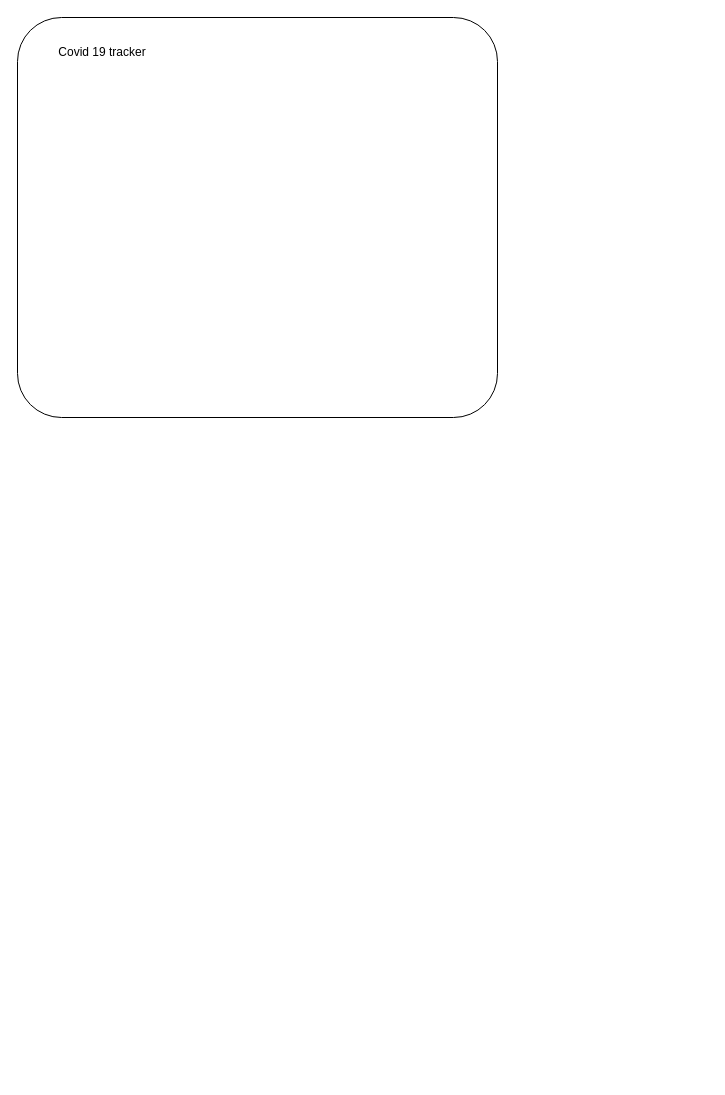
Before: Covid tracker.drawio in JethroNatividad/diagrams, a draw.io diagram. Source tidied: cells renumbered, new cells numbered last; positions are measured from the earlier drawing's top-left corner, leaving out a move shared by most shapes. Both pictures are drawn from the tidied source at 100%, with x=0, y=0 at pixel (17, 17).
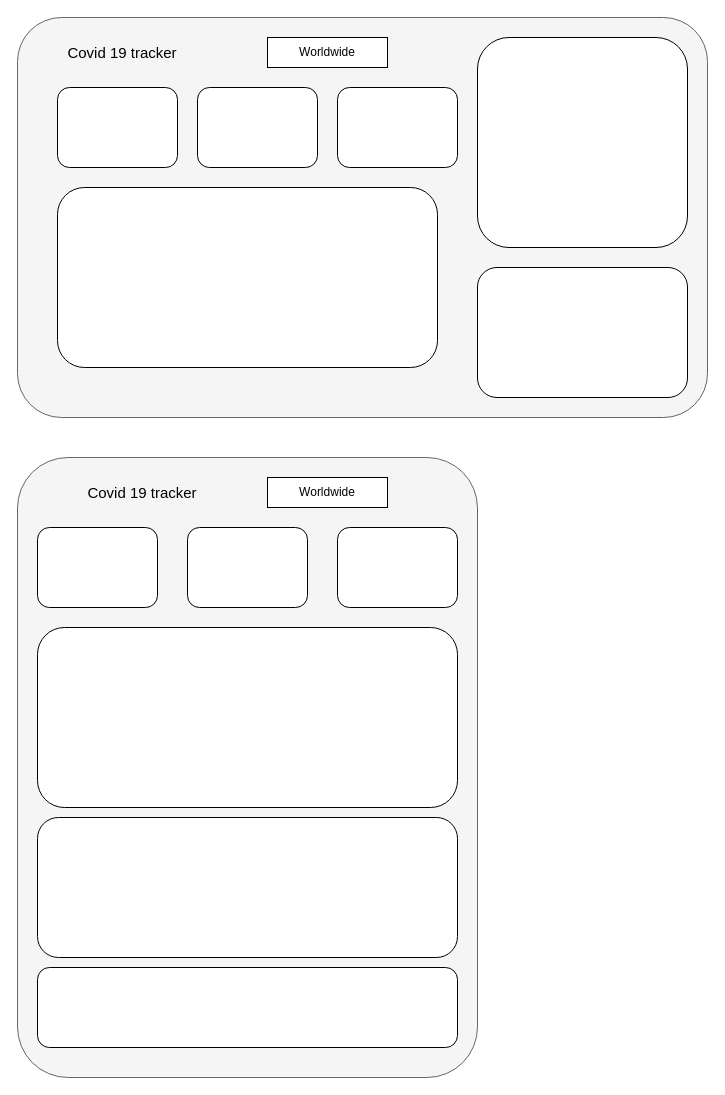
After the change.

The edit, as a diff of the source:
```diff
@@
-    <mxCell id="2" style="rounded=1;whiteSpace=wrap;html=1;arcSize=11;" parent="1" vertex="1">
-      <mxGeometry width="480" height="400" as="geometry" />
+    <mxCell id="2" style="rounded=1;whiteSpace=wrap;html=1;arcSize=11;fillColor=#f5f5f5;strokeColor=#666666;fontColor=#333333;" parent="1" vertex="1">
+      <mxGeometry width="690" height="400" as="geometry" />
     </mxCell>
-    <mxCell id="3" value="Covid 19 tracker" style="text;html=1;strokeColor=none;fillColor=none;align=center;verticalAlign=middle;whiteSpace=wrap;rounded=0;" parent="1" vertex="1">
-      <mxGeometry x="30" y="30" width="110" height="10" as="geometry" />
+    <mxCell id="3" value="&lt;font style=&quot;font-size: 15px&quot;&gt;Covid 19 tracker&lt;/font&gt;" style="text;html=1;strokeColor=none;fillColor=none;align=center;verticalAlign=middle;whiteSpace=wrap;rounded=0;" parent="1" vertex="1">
+      <mxGeometry x="30" y="30" width="150" height="10" as="geometry" />
     </mxCell>
+    <mxCell id="4" style="rounded=0;whiteSpace=wrap;html=1;" parent="1" vertex="1">
+      <mxGeometry x="250" y="20" width="120" height="30" as="geometry" />
+    </mxCell>
+    <mxCell id="5" value="Worldwide" style="text;html=1;strokeColor=none;fillColor=none;align=center;verticalAlign=middle;whiteSpace=wrap;rounded=0;" parent="1" vertex="1">
+      <mxGeometry x="290" y="25" width="40" height="20" as="geometry" />
+    </mxCell>
+    <mxCell id="6" style="rounded=1;whiteSpace=wrap;html=1;" parent="1" vertex="1">
+      <mxGeometry x="40" y="70" width="120" height="80" as="geometry" />
+    </mxCell>
+    <mxCell id="7" style="rounded=1;whiteSpace=wrap;html=1;" parent="1" vertex="1">
+      <mxGeometry x="180" y="70" width="120" height="80" as="geometry" />
+    </mxCell>
+    <mxCell id="8" style="rounded=1;whiteSpace=wrap;html=1;" parent="1" vertex="1">
+      <mxGeometry x="320" y="70" width="120" height="80" as="geometry" />
+    </mxCell>
+    <mxCell id="9" style="rounded=1;whiteSpace=wrap;html=1;" parent="1" vertex="1">
+      <mxGeometry x="460" y="20" width="210" height="210" as="geometry" />
+    </mxCell>
+    <mxCell id="10" style="rounded=1;whiteSpace=wrap;html=1;" parent="1" vertex="1">
+      <mxGeometry x="460" y="250" width="210" height="130" as="geometry" />
+    </mxCell>
+    <mxCell id="11" style="rounded=1;whiteSpace=wrap;html=1;" parent="1" vertex="1">
+      <mxGeometry x="40" y="170" width="380" height="180" as="geometry" />
+    </mxCell>
+    <mxCell id="12" style="rounded=1;whiteSpace=wrap;html=1;arcSize=11;fillColor=#f5f5f5;strokeColor=#666666;fontColor=#333333;" parent="1" vertex="1">
+      <mxGeometry y="440" width="460" height="620" as="geometry" />
+    </mxCell>
+    <mxCell id="13" value="&lt;font style=&quot;font-size: 15px&quot;&gt;Covid 19 tracker&lt;/font&gt;" style="text;html=1;strokeColor=none;fillColor=none;align=center;verticalAlign=middle;whiteSpace=wrap;rounded=0;" parent="1" vertex="1">
+      <mxGeometry x="50" y="470" width="150" height="10" as="geometry" />
+    </mxCell>
+    <mxCell id="14" style="rounded=0;whiteSpace=wrap;html=1;" parent="1" vertex="1">
+      <mxGeometry x="250" y="460" width="120" height="30" as="geometry" />
+    </mxCell>
+    <mxCell id="15" value="Worldwide" style="text;html=1;strokeColor=none;fillColor=none;align=center;verticalAlign=middle;whiteSpace=wrap;rounded=0;" parent="1" vertex="1">
+      <mxGeometry x="290" y="465" width="40" height="20" as="geometry" />
+    </mxCell>
+    <mxCell id="16" style="rounded=1;whiteSpace=wrap;html=1;" parent="1" vertex="1">
+      <mxGeometry x="20" y="510" width="120" height="80" as="geometry" />
+    </mxCell>
+    <mxCell id="17" style="rounded=1;whiteSpace=wrap;html=1;" parent="1" vertex="1">
+      <mxGeometry x="170" y="510" width="120" height="80" as="geometry" />
+    </mxCell>
+    <mxCell id="18" style="rounded=1;whiteSpace=wrap;html=1;" parent="1" vertex="1">
+      <mxGeometry x="320" y="510" width="120" height="80" as="geometry" />
+    </mxCell>
+    <mxCell id="19" style="rounded=1;whiteSpace=wrap;html=1;" parent="1" vertex="1">
+      <mxGeometry x="20" y="800" width="420" height="140" as="geometry" />
+    </mxCell>
+    <mxCell id="20" style="rounded=1;whiteSpace=wrap;html=1;" parent="1" vertex="1">
+      <mxGeometry x="20" y="950" width="420" height="80" as="geometry" />
+    </mxCell>
+    <mxCell id="21" style="rounded=1;whiteSpace=wrap;html=1;" parent="1" vertex="1">
+      <mxGeometry x="20" y="610" width="420" height="180" as="geometry" />
+    </mxCell>
```
